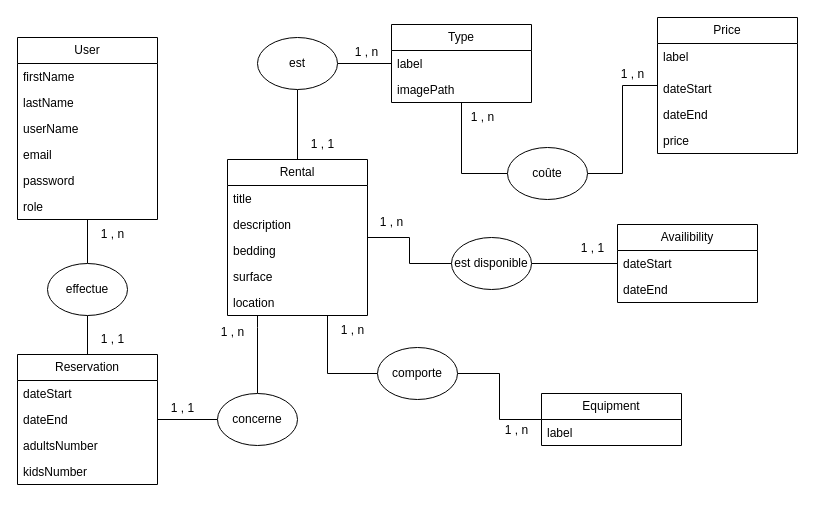
Above: conception/mcd_symfony_camping.drawio in ClaRa-git/tp-camping (draw.io), before the change. Source tidied: cells renumbered, new cells numbered last; positions are measured from the earlier drawing's top-left corner, leaving out a move shared by most shapes. Both pictures are drawn from the tidied source at 100%, with x=0, y=0 at pixel (17, 17).
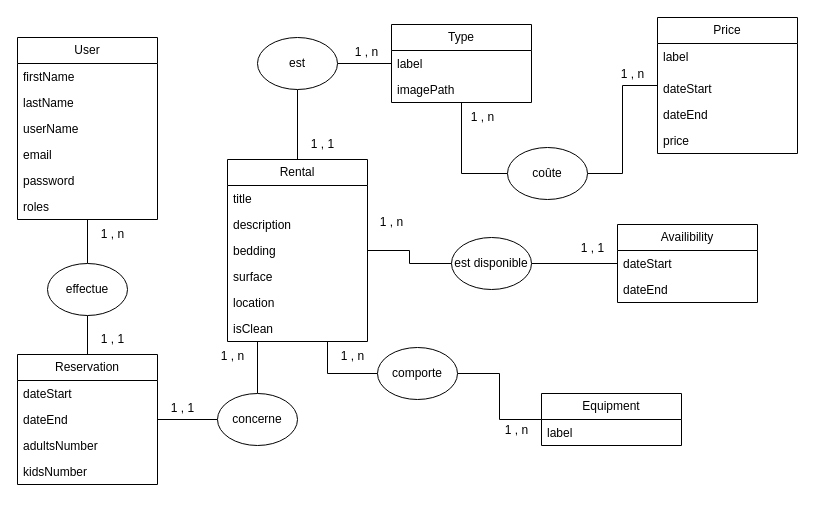
The same diagram, later.

Unchanged cells that the change refers to:
```xml
<mxCell id="3" value="User" style="swimlane;fontStyle=0;horizontal=1;startSize=26;fillColor=none;whiteSpace=wrap;html=1;" parent="1" vertex="1">
  <mxGeometry y="20" width="140" height="182" as="geometry" />
</mxCell>
```

What changed in the source:
```diff
@@
-    <mxCell id="9" value="role" style="text;strokeColor=none;fillColor=none;align=left;verticalAlign=top;spacingLeft=4;spacingRight=4;overflow=hidden;whiteSpace=wrap;html=1;" parent="3" vertex="1">
+    <mxCell id="9" value="roles" style="text;strokeColor=none;fillColor=none;align=left;verticalAlign=top;spacingLeft=4;spacingRight=4;overflow=hidden;whiteSpace=wrap;html=1;" parent="3" vertex="1">
       <mxGeometry y="156" width="140" height="26" as="geometry" />
     </mxCell>
@@
     <mxCell id="27" value="Rental" style="swimlane;fontStyle=0;horizontal=1;startSize=26;fillColor=none;whiteSpace=wrap;html=1;" parent="1" vertex="1">
-      <mxGeometry x="210" y="142" width="140" height="156" as="geometry" />
+      <mxGeometry x="210" y="142" width="140" height="182" as="geometry" />
     </mxCell>
@@
+    <mxCell id="63" value="isClean" style="text;strokeColor=none;fillColor=none;align=left;verticalAlign=top;spacingLeft=4;spacingRight=4;overflow=hidden;whiteSpace=wrap;html=1;" parent="27" vertex="1">
+      <mxGeometry y="156" width="140" height="26" as="geometry" />
+    </mxCell>
@@
     <mxCell id="52" value="1 , n" style="text;html=1;align=center;verticalAlign=middle;strokeColor=none;fillColor=none;" parent="1" vertex="1">
-      <mxGeometry x="310" y="298" width="50" height="30" as="geometry" />
+      <mxGeometry x="310" y="324" width="50" height="30" as="geometry" />
     </mxCell>
@@
     <mxCell id="62" value="1 , n" style="text;html=1;align=center;verticalAlign=middle;strokeColor=none;fillColor=none;" parent="1" vertex="1">
-      <mxGeometry x="190" y="300" width="50" height="30" as="geometry" />
+      <mxGeometry x="190" y="324" width="50" height="30" as="geometry" />
     </mxCell>
```
